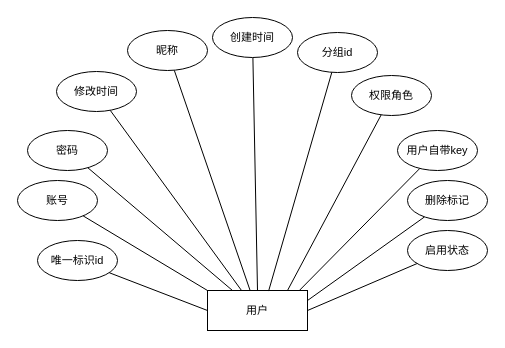
Earlier version of the draw.io diagram page "第 8 页" (8 of 21) of 程序流程图合集.drawio (Chentx1243/draw.io). Source tidied: cells renumbered, new cells numbered last; positions are measured from the earlier drawing's top-left corner, leaving out a move shared by most shapes. Both pictures are drawn from the tidied source at 100%, with x=0, y=0 at pixel (17, 17).
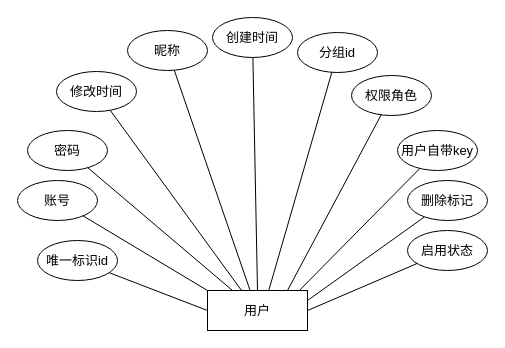
The same page after the edit.

Diff of the diagram source:
```diff
@@
-    <mxCell id="2" value="&lt;font style=&quot;font-size: 11px;&quot;&gt;用户&lt;/font&gt;" style="rounded=0;whiteSpace=wrap;html=1;fontFamily=宋体;" parent="1" vertex="1">
+    <mxCell id="2" value="&lt;font&gt;用户&lt;/font&gt;" style="rounded=0;whiteSpace=wrap;html=1;fontFamily=宋体;fontSize=13;" parent="1" vertex="1">
       <mxGeometry x="190" y="273" width="100" height="40" as="geometry" />
     </mxCell>
-    <mxCell id="3" style="rounded=0;jettySize=auto;html=1;entryX=0;entryY=0.5;entryDx=0;entryDy=0;endArrow=none;endFill=0;" parent="1" edge="1" source="4" target="2">
+    <mxCell id="3" style="rounded=0;jettySize=auto;html=1;entryX=0;entryY=0.5;entryDx=0;entryDy=0;endArrow=none;endFill=0;fontSize=13;fontFamily=宋体;" parent="1" edge="1" source="4" target="2">
       <mxGeometry relative="1" as="geometry" />
     </mxCell>
-    <mxCell id="4" value="&lt;font style=&quot;font-size: 11px;&quot;&gt;唯一标识id&lt;/font&gt;" style="ellipse;whiteSpace=wrap;html=1;fontFamily=宋体;" parent="1" vertex="1">
+    <mxCell id="4" value="&lt;font&gt;唯一标识id&lt;/font&gt;" style="ellipse;whiteSpace=wrap;html=1;fontFamily=宋体;fontSize=13;" parent="1" vertex="1">
       <mxGeometry x="20" y="223" width="80" height="40" as="geometry" />
     </mxCell>
-    <mxCell id="5" value="&lt;span style=&quot;font-size: 11px;&quot;&gt;账号&lt;/span&gt;" style="ellipse;whiteSpace=wrap;html=1;fontFamily=宋体;" parent="1" vertex="1">
+    <mxCell id="5" value="&lt;span&gt;账号&lt;/span&gt;" style="ellipse;whiteSpace=wrap;html=1;fontFamily=宋体;fontSize=13;" parent="1" vertex="1">
       <mxGeometry y="163" width="80" height="40" as="geometry" />
     </mxCell>
-    <mxCell id="6" style="rounded=0;jettySize=auto;html=1;endArrow=none;endFill=0;entryX=0.25;entryY=0;entryDx=0;entryDy=0;" parent="1" edge="1" source="7" target="2">
+    <mxCell id="6" style="rounded=0;jettySize=auto;html=1;endArrow=none;endFill=0;entryX=0.25;entryY=0;entryDx=0;entryDy=0;fontSize=13;fontFamily=宋体;" parent="1" edge="1" source="7" target="2">
       <mxGeometry relative="1" as="geometry" />
     </mxCell>
-    <mxCell id="7" value="&lt;span style=&quot;font-size: 11px;&quot;&gt;密码&lt;/span&gt;" style="ellipse;whiteSpace=wrap;html=1;fontFamily=宋体;" parent="1" vertex="1">
+    <mxCell id="7" value="&lt;span&gt;密码&lt;/span&gt;" style="ellipse;whiteSpace=wrap;html=1;fontFamily=宋体;fontSize=13;" parent="1" vertex="1">
       <mxGeometry x="10" y="113" width="80" height="40" as="geometry" />
     </mxCell>
-    <mxCell id="8" style="rounded=0;jettySize=auto;html=1;entryX=0.425;entryY=-0.008;entryDx=0;entryDy=0;endArrow=none;endFill=0;entryPerimeter=0;" parent="1" edge="1" source="9" target="2">
+    <mxCell id="8" style="rounded=0;jettySize=auto;html=1;entryX=0.425;entryY=-0.008;entryDx=0;entryDy=0;endArrow=none;endFill=0;entryPerimeter=0;fontSize=13;fontFamily=宋体;" parent="1" edge="1" source="9" target="2">
       <mxGeometry relative="1" as="geometry" />
     </mxCell>
-    <mxCell id="9" value="&lt;span style=&quot;font-size: 11px;&quot;&gt;昵称&lt;/span&gt;" style="ellipse;whiteSpace=wrap;html=1;fontFamily=宋体;" parent="1" vertex="1">
+    <mxCell id="9" value="&lt;span&gt;昵称&lt;/span&gt;" style="ellipse;whiteSpace=wrap;html=1;fontFamily=宋体;fontSize=13;" parent="1" vertex="1">
       <mxGeometry x="110" y="13" width="80" height="40" as="geometry" />
     </mxCell>
-    <mxCell id="10" value="&lt;span style=&quot;font-size: 11px;&quot;&gt;分组id&lt;/span&gt;" style="ellipse;whiteSpace=wrap;html=1;fontFamily=宋体;" parent="1" vertex="1">
+    <mxCell id="10" value="&lt;span&gt;分组id&lt;/span&gt;" style="ellipse;whiteSpace=wrap;html=1;fontFamily=宋体;fontSize=13;" parent="1" vertex="1">
       <mxGeometry x="280" y="15" width="80" height="40" as="geometry" />
     </mxCell>
-    <mxCell id="11" value="&lt;span style=&quot;font-size: 11px;&quot;&gt;用户自带key&lt;/span&gt;" style="ellipse;whiteSpace=wrap;html=1;fontFamily=宋体;" parent="1" vertex="1">
+    <mxCell id="11" value="&lt;span&gt;用户自带key&lt;/span&gt;" style="ellipse;whiteSpace=wrap;html=1;fontFamily=宋体;fontSize=13;" parent="1" vertex="1">
       <mxGeometry x="380" y="113" width="80" height="40" as="geometry" />
     </mxCell>
-    <mxCell id="12" style="rounded=0;jettySize=auto;html=1;entryX=1;entryY=0.25;entryDx=0;entryDy=0;endArrow=none;endFill=0;" parent="1" edge="1" source="13" target="2">
+    <mxCell id="12" style="rounded=0;jettySize=auto;html=1;entryX=1;entryY=0.25;entryDx=0;entryDy=0;endArrow=none;endFill=0;fontSize=13;fontFamily=宋体;" parent="1" edge="1" source="13" target="2">
       <mxGeometry relative="1" as="geometry" />
     </mxCell>
-    <mxCell id="13" value="&lt;span style=&quot;font-size: 11px;&quot;&gt;删除标记&lt;/span&gt;" style="ellipse;whiteSpace=wrap;html=1;fontFamily=宋体;" parent="1" vertex="1">
+    <mxCell id="13" value="&lt;span&gt;删除标记&lt;/span&gt;" style="ellipse;whiteSpace=wrap;html=1;fontFamily=宋体;fontSize=13;" parent="1" vertex="1">
       <mxGeometry x="390" y="163" width="80" height="40" as="geometry" />
     </mxCell>
-    <mxCell id="14" style="rounded=0;jettySize=auto;html=1;entryX=0.5;entryY=0;entryDx=0;entryDy=0;endArrow=none;endFill=0;" parent="1" edge="1" source="24" target="2">
+    <mxCell id="14" style="rounded=0;jettySize=auto;html=1;entryX=0.5;entryY=0;entryDx=0;entryDy=0;endArrow=none;endFill=0;fontSize=13;fontFamily=宋体;" parent="1" edge="1" source="24" target="2">
       <mxGeometry relative="1" as="geometry" />
     </mxCell>
-    <mxCell id="15" style="rounded=0;jettySize=auto;html=1;entryX=0.343;entryY=0.009;entryDx=0;entryDy=0;endArrow=none;endFill=0;entryPerimeter=0;" parent="1" edge="1" source="16" target="2">
+    <mxCell id="15" style="rounded=0;jettySize=auto;html=1;entryX=0.343;entryY=0.009;entryDx=0;entryDy=0;endArrow=none;endFill=0;entryPerimeter=0;fontSize=13;fontFamily=宋体;" parent="1" edge="1" source="16" target="2">
       <mxGeometry relative="1" as="geometry" />
     </mxCell>
-    <mxCell id="16" value="&lt;span style=&quot;font-size: 11px;&quot;&gt;修改时间&lt;/span&gt;" style="ellipse;whiteSpace=wrap;html=1;fontFamily=宋体;" parent="1" vertex="1">
+    <mxCell id="16" value="&lt;span&gt;修改时间&lt;/span&gt;" style="ellipse;whiteSpace=wrap;html=1;fontFamily=宋体;fontSize=13;" parent="1" vertex="1">
       <mxGeometry x="39" y="54" width="80" height="40" as="geometry" />
     </mxCell>
-    <mxCell id="17" style="rounded=0;jettySize=auto;html=1;entryX=1;entryY=0.5;entryDx=0;entryDy=0;endArrow=none;endFill=0;" parent="1" edge="1" source="18" target="2">
+    <mxCell id="17" style="rounded=0;jettySize=auto;html=1;entryX=1;entryY=0.5;entryDx=0;entryDy=0;endArrow=none;endFill=0;fontSize=13;fontFamily=宋体;" parent="1" edge="1" source="18" target="2">
       <mxGeometry relative="1" as="geometry" />
     </mxCell>
-    <mxCell id="18" value="&lt;span style=&quot;font-size: 11px;&quot;&gt;启用状态&lt;/span&gt;" style="ellipse;whiteSpace=wrap;html=1;fontFamily=宋体;" parent="1" vertex="1">
+    <mxCell id="18" value="&lt;span&gt;启用状态&lt;/span&gt;" style="ellipse;whiteSpace=wrap;html=1;fontFamily=宋体;fontSize=13;" parent="1" vertex="1">
       <mxGeometry x="390" y="213" width="80" height="40" as="geometry" />
     </mxCell>
-    <mxCell id="19" style="rounded=0;jettySize=auto;html=1;endArrow=none;endFill=0;" parent="1" edge="1" source="20">
+    <mxCell id="19" style="rounded=0;jettySize=auto;html=1;endArrow=none;endFill=0;fontSize=13;fontFamily=宋体;" parent="1" edge="1" source="20">
       <mxGeometry relative="1" as="geometry">
         <mxPoint x="270" y="273" as="targetPoint" />
       </mxGeometry>
     </mxCell>
-    <mxCell id="20" value="&lt;span style=&quot;font-size: 11px;&quot;&gt;权限角色&lt;/span&gt;" style="ellipse;whiteSpace=wrap;html=1;fontFamily=宋体;" parent="1" vertex="1">
+    <mxCell id="20" value="&lt;span&gt;权限角色&lt;/span&gt;" style="ellipse;whiteSpace=wrap;html=1;fontFamily=宋体;fontSize=13;" parent="1" vertex="1">
       <mxGeometry x="334" y="58" width="80" height="40" as="geometry" />
     </mxCell>
-    <mxCell id="21" style="rounded=0;jettySize=auto;html=1;entryX=0;entryY=0;entryDx=0;entryDy=0;endArrow=none;endFill=0;" parent="1" edge="1" source="5" target="2">
+    <mxCell id="21" style="rounded=0;jettySize=auto;html=1;entryX=0;entryY=0;entryDx=0;entryDy=0;endArrow=none;endFill=0;fontSize=13;fontFamily=宋体;" parent="1" edge="1" source="5" target="2">
       <mxGeometry relative="1" as="geometry" />
     </mxCell>
-    <mxCell id="22" style="rounded=0;jettySize=auto;html=1;entryX=0.611;entryY=0.014;entryDx=0;entryDy=0;entryPerimeter=0;endArrow=none;endFill=0;" parent="1" edge="1" source="10" target="2">
+    <mxCell id="22" style="rounded=0;jettySize=auto;html=1;entryX=0.611;entryY=0.014;entryDx=0;entryDy=0;entryPerimeter=0;endArrow=none;endFill=0;fontSize=13;fontFamily=宋体;" parent="1" edge="1" source="10" target="2">
       <mxGeometry relative="1" as="geometry" />
     </mxCell>
-    <mxCell id="23" style="rounded=0;jettySize=auto;html=1;entryX=0.916;entryY=0.006;entryDx=0;entryDy=0;entryPerimeter=0;endArrow=none;endFill=0;" parent="1" edge="1" source="11" target="2">
+    <mxCell id="23" style="rounded=0;jettySize=auto;html=1;entryX=0.916;entryY=0.006;entryDx=0;entryDy=0;entryPerimeter=0;endArrow=none;endFill=0;fontSize=13;fontFamily=宋体;" parent="1" edge="1" source="11" target="2">
       <mxGeometry relative="1" as="geometry" />
     </mxCell>
-    <mxCell id="24" value="&lt;span style=&quot;font-size: 11px;&quot;&gt;创建时间&lt;/span&gt;" style="ellipse;whiteSpace=wrap;html=1;fontFamily=宋体;" parent="1" vertex="1">
+    <mxCell id="24" value="&lt;span&gt;创建时间&lt;/span&gt;" style="ellipse;whiteSpace=wrap;html=1;fontFamily=宋体;fontSize=13;" parent="1" vertex="1">
       <mxGeometry x="195" width="80" height="40" as="geometry" />
     </mxCell>
```
